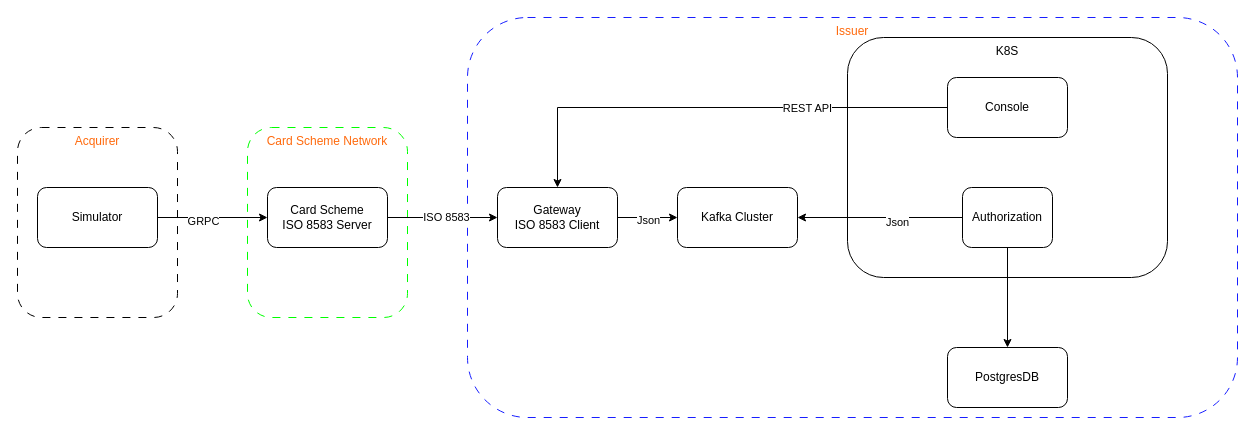
The draw.io diagram iso8583.drawio in hieunguyen810/iso8583-demo, before the edit. Source tidied: cells renumbered, new cells numbered last; positions are measured from the earlier drawing's top-left corner, leaving out a move shared by most shapes. Both pictures are drawn from the tidied source at 100%, with x=0, y=0 at pixel (17, 17).
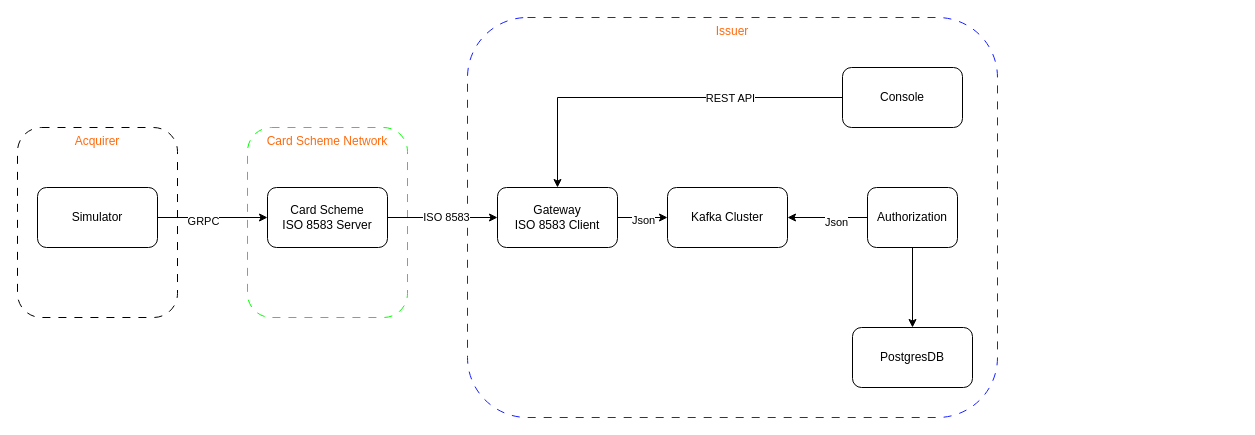
The same page after the edit.

What changed in the source:
```diff
@@
     <mxCell id="4" value="Issuer" style="rounded=1;whiteSpace=wrap;html=1;verticalAlign=top;fontColor=#FF6A0D;dashed=1;dashPattern=8 8;strokeColor=#181FFF;" parent="1" vertex="1">
-      <mxGeometry x="450" width="770" height="400" as="geometry" />
+      <mxGeometry x="450" width="530" height="400" as="geometry" />
     </mxCell>
@@
-    <mxCell id="14" value="K8S" style="rounded=1;whiteSpace=wrap;html=1;verticalAlign=top;" parent="1" vertex="1">
-      <mxGeometry x="830" y="20" width="320" height="240" as="geometry" />
-    </mxCell>
     <mxCell id="15" value="Kafka Cluster" style="rounded=1;whiteSpace=wrap;html=1;" parent="1" vertex="1">
-      <mxGeometry x="660" y="170" width="120" height="60" as="geometry" />
+      <mxGeometry x="650" y="170" width="120" height="60" as="geometry" />
     </mxCell>
@@
     <mxCell id="19" value="Authorization" style="rounded=1;whiteSpace=wrap;html=1;" parent="1" vertex="1">
-      <mxGeometry x="945" y="170" width="90" height="60" as="geometry" />
+      <mxGeometry x="850" y="170" width="90" height="60" as="geometry" />
     </mxCell>
     <mxCell id="20" value="PostgresDB" style="rounded=1;whiteSpace=wrap;html=1;" parent="1" vertex="1">
-      <mxGeometry x="930" y="330" width="120" height="60" as="geometry" />
+      <mxGeometry x="835" y="310" width="120" height="60" as="geometry" />
     </mxCell>
@@
     <mxCell id="23" value="Console" style="rounded=1;whiteSpace=wrap;html=1;" parent="1" vertex="1">
-      <mxGeometry x="930" y="60" width="120" height="60" as="geometry" />
+      <mxGeometry x="825" y="50" width="120" height="60" as="geometry" />
     </mxCell>
```
